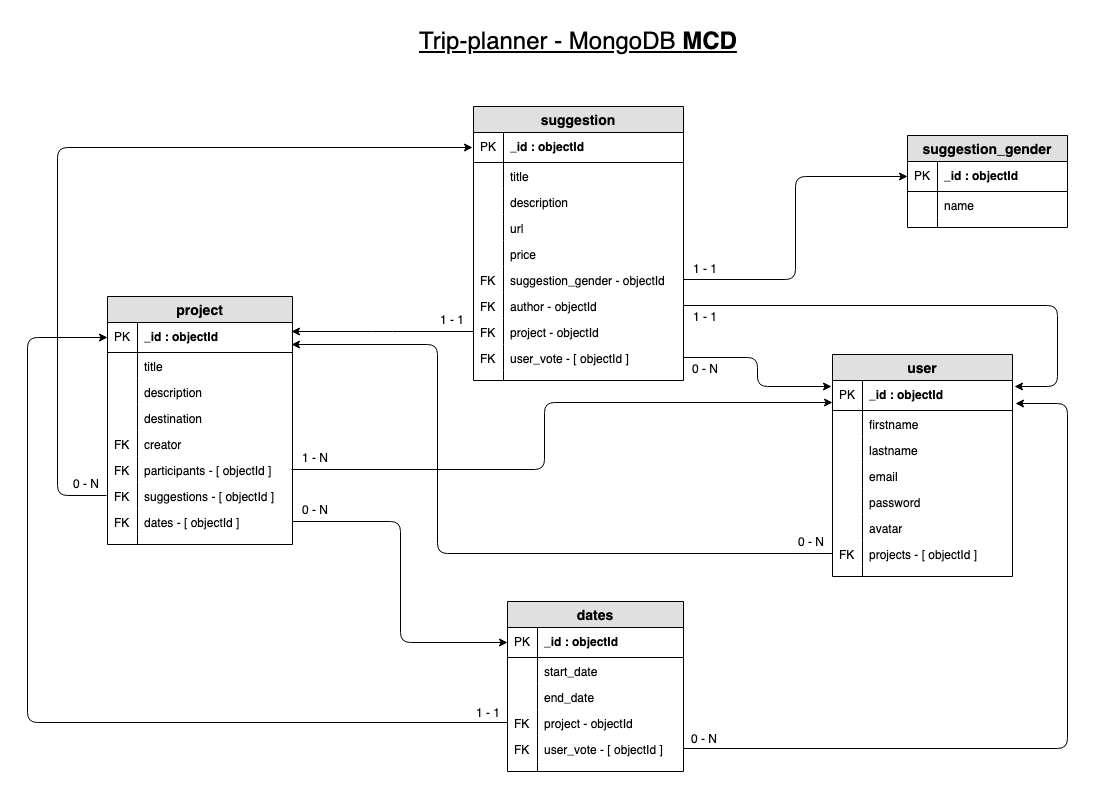
Earlier version of the draw.io export documents/trip-planner-mcd-mongodb.png (maclaude/trip-planner-backend). Source tidied: cells renumbered, new cells last; positions are measured from the earlier drawing's top-left corner, leaving out a move shared by most shapes.
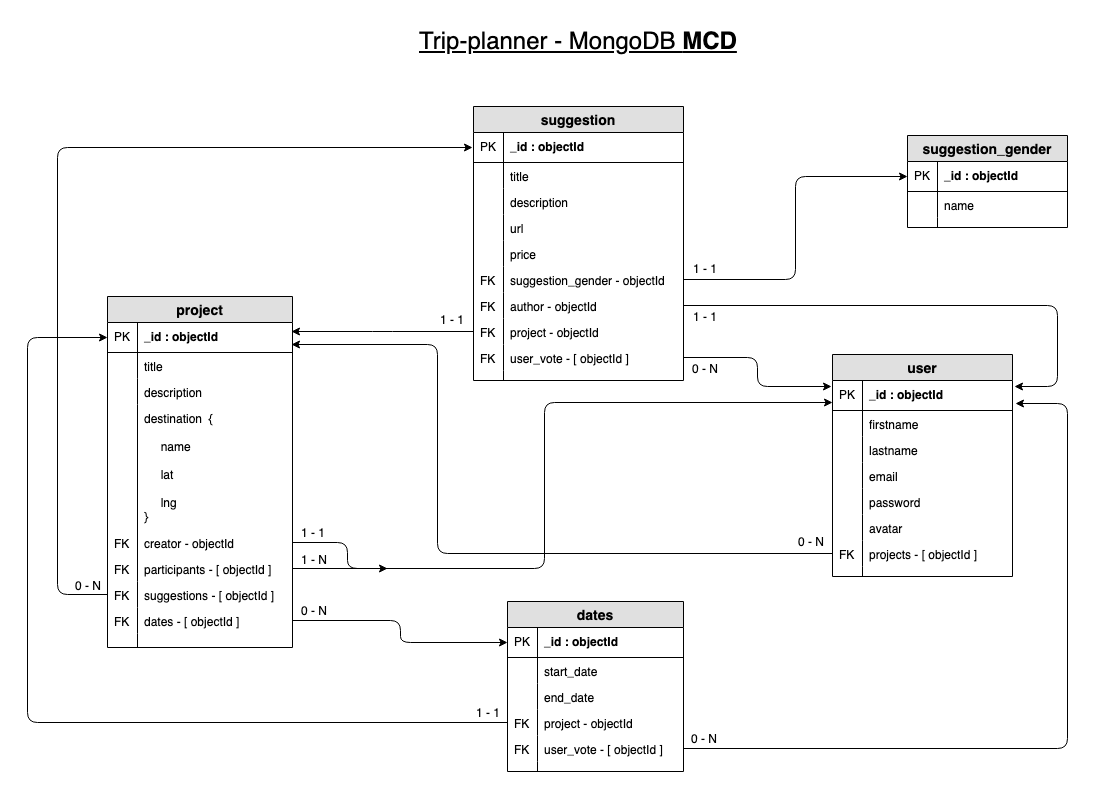
After the change.

The edit, as a diff of the source:
```diff
@@ -3,7 +3,7 @@
     <mxCell id="0" />
     <mxCell id="1" parent="0" />
     <mxCell id="2" value="project" style="swimlane;fontStyle=1;horizontal=1;startSize=26;fillColor=#e0e0e0;swimlaneFillColor=#ffffff;align=center;fontSize=14;" parent="1" vertex="1">
-      <mxGeometry x="80" y="276" width="185" height="248" as="geometry" />
+      <mxGeometry x="80" y="276" width="185" height="351" as="geometry" />
     </mxCell>
     <mxCell id="3" value="_id : objectId" style="shape=partialRectangle;top=0;left=0;right=0;bottom=1;align=left;verticalAlign=middle;fillColor=none;spacingLeft=34;spacingRight=4;overflow=hidden;points=[[0,0.5],[1,0.5]];portConstraint=eastwest;fontStyle=1;fontSize=12;fontColor=#000000;" parent="2" vertex="1">
       <mxGeometry y="26" width="185" height="30" as="geometry" />
@@ -23,41 +23,41 @@
     <mxCell id="8" style="shape=partialRectangle;top=0;left=0;bottom=0;fillColor=none;align=left;verticalAlign=top;spacingLeft=4;spacingRight=4;overflow=hidden;fontSize=12;" parent="7" vertex="1">
       <mxGeometry width="30" height="26" as="geometry" />
     </mxCell>
-    <mxCell id="9" value="destination" style="shape=partialRectangle;top=0;left=0;right=0;bottom=0;align=left;verticalAlign=top;fillColor=none;spacingLeft=34;spacingRight=4;overflow=hidden;fontSize=12;" parent="2" vertex="1">
-      <mxGeometry y="108" width="185" height="26" as="geometry" />
+    <mxCell id="9" value="destination&amp;nbsp; {&lt;br&gt;&lt;br&gt;&amp;nbsp; &amp;nbsp; &amp;nbsp;name&lt;br&gt;&lt;br&gt;&amp;nbsp; &amp;nbsp; &amp;nbsp;lat&lt;br&gt;&lt;br&gt;&amp;nbsp; &amp;nbsp; &amp;nbsp;lng&lt;br&gt;}" style="shape=partialRectangle;top=0;left=0;right=0;bottom=0;align=left;verticalAlign=top;fillColor=none;spacingLeft=34;spacingRight=4;overflow=hidden;fontSize=12;strokeWidth=2;html=1;" parent="2" vertex="1">
+      <mxGeometry y="108" width="185" height="125" as="geometry" />
     </mxCell>
     <mxCell id="10" style="shape=partialRectangle;top=0;left=0;bottom=0;fillColor=none;align=left;verticalAlign=top;spacingLeft=4;spacingRight=4;overflow=hidden;fontSize=12;" parent="9" vertex="1">
-      <mxGeometry width="30" height="26" as="geometry" />
+      <mxGeometry width="30" height="130" as="geometry" />
     </mxCell>
-    <mxCell id="11" value="creator" style="shape=partialRectangle;top=0;left=0;right=0;bottom=0;align=left;verticalAlign=top;fillColor=none;spacingLeft=34;spacingRight=4;overflow=hidden;points=[[0,0.5],[1,0.5]];portConstraint=eastwest;fontSize=12;" parent="2" vertex="1">
-      <mxGeometry y="134" width="185" height="26" as="geometry" />
+    <mxCell id="11" value="creator - objectId" style="shape=partialRectangle;top=0;left=0;right=0;bottom=0;align=left;verticalAlign=top;fillColor=none;spacingLeft=34;spacingRight=4;overflow=hidden;points=[[0,0.5],[1,0.5]];portConstraint=eastwest;fontSize=12;" parent="2" vertex="1">
+      <mxGeometry y="233" width="185" height="26" as="geometry" />
     </mxCell>
     <mxCell id="12" value="FK" style="shape=partialRectangle;top=0;left=0;bottom=0;fillColor=none;align=left;verticalAlign=top;spacingLeft=4;spacingRight=4;overflow=hidden;fontSize=12;" parent="11" vertex="1">
-      <mxGeometry width="30" height="26" as="geometry" />
+      <mxGeometry width="30" height="32" as="geometry" />
     </mxCell>
     <mxCell id="13" value="participants - [ objectId ]" style="shape=partialRectangle;top=0;left=0;right=0;bottom=0;align=left;verticalAlign=top;fillColor=none;spacingLeft=34;spacingRight=4;overflow=hidden;points=[[0,0.5],[1,0.5]];portConstraint=eastwest;fontSize=12;" parent="2" vertex="1">
-      <mxGeometry y="160" width="185" height="26" as="geometry" />
+      <mxGeometry y="259" width="185" height="26" as="geometry" />
     </mxCell>
     <mxCell id="14" value="FK" style="shape=partialRectangle;top=0;left=0;bottom=0;fillColor=none;align=left;verticalAlign=top;spacingLeft=4;spacingRight=4;overflow=hidden;fontSize=12;" parent="13" vertex="1">
       <mxGeometry width="30" height="26" as="geometry" />
     </mxCell>
     <mxCell id="15" value="suggestions - [ objectId ]" style="shape=partialRectangle;top=0;left=0;right=0;bottom=0;align=left;verticalAlign=top;fillColor=none;spacingLeft=34;spacingRight=4;overflow=hidden;points=[[0,0.5],[1,0.5]];portConstraint=eastwest;fontSize=12;" parent="2" vertex="1">
-      <mxGeometry y="186" width="185" height="26" as="geometry" />
+      <mxGeometry y="285" width="185" height="26" as="geometry" />
     </mxCell>
     <mxCell id="16" value="FK" style="shape=partialRectangle;top=0;left=0;bottom=0;fillColor=none;align=left;verticalAlign=top;spacingLeft=4;spacingRight=4;overflow=hidden;fontSize=12;" parent="15" vertex="1">
       <mxGeometry width="30" height="26" as="geometry" />
     </mxCell>
     <mxCell id="17" value="dates - [ objectId ]" style="shape=partialRectangle;top=0;left=0;right=0;bottom=0;align=left;verticalAlign=top;fillColor=none;spacingLeft=34;spacingRight=4;overflow=hidden;points=[[0,0.5],[1,0.5]];portConstraint=eastwest;fontSize=12;" parent="2" vertex="1">
-      <mxGeometry y="212" width="185" height="26" as="geometry" />
+      <mxGeometry y="311" width="185" height="26" as="geometry" />
     </mxCell>
     <mxCell id="18" value="FK" style="shape=partialRectangle;top=0;left=0;bottom=0;fillColor=none;align=left;verticalAlign=top;spacingLeft=4;spacingRight=4;overflow=hidden;fontSize=12;" parent="17" vertex="1">
       <mxGeometry width="30" height="26" as="geometry" />
     </mxCell>
     <mxCell id="19" style="shape=partialRectangle;top=0;left=0;right=0;bottom=0;align=left;verticalAlign=top;fillColor=none;spacingLeft=34;spacingRight=4;overflow=hidden;fontSize=12;" parent="2" vertex="1">
-      <mxGeometry y="238" width="185" height="10" as="geometry" />
+      <mxGeometry y="337" width="185" height="14" as="geometry" />
     </mxCell>
     <mxCell id="20" style="shape=partialRectangle;top=0;left=0;bottom=0;fillColor=none;align=left;verticalAlign=top;spacingLeft=4;spacingRight=4;overflow=hidden;fontSize=12;" parent="19" vertex="1">
-      <mxGeometry width="30" height="10" as="geometry" />
+      <mxGeometry width="30" height="14" as="geometry" />
     </mxCell>
     <mxCell id="21" value="user" style="swimlane;fontStyle=1;horizontal=1;startSize=26;fillColor=#e0e0e0;swimlaneFillColor=#ffffff;align=center;fontSize=14;" parent="1" vertex="1">
       <mxGeometry x="805" y="334" width="180" height="222" as="geometry" />
@@ -256,18 +256,16 @@
     <mxCell id="83" style="edgeStyle=elbowEdgeStyle;elbow=horizontal;endArrow=classic;html=1;fontColor=#FF0000;exitX=1;exitY=0.5;exitDx=0;exitDy=0;entryX=0;entryY=0.5;entryDx=0;entryDy=0;" parent="1" edge="1" source="17" target="67">
       <mxGeometry relative="1" as="geometry" />
     </mxCell>
-    <mxCell id="84" style="edgeStyle=elbowEdgeStyle;elbow=horizontal;endArrow=classic;html=1;fontColor=#FF0000;entryX=0;entryY=0.5;entryDx=0;entryDy=0;exitX=0;exitY=0.5;exitDx=0;exitDy=0;" parent="1" edge="1">
+    <mxCell id="84" style="edgeStyle=elbowEdgeStyle;elbow=horizontal;endArrow=classic;html=1;fontColor=#FF0000;entryX=0;entryY=0.5;entryDx=0;entryDy=0;exitX=0;exitY=0.5;exitDx=0;exitDy=0;" parent="1" edge="1" source="15">
       <mxGeometry relative="1" as="geometry">
-        <mxPoint x="79" y="475" as="sourcePoint" />
         <mxPoint x="445" y="127" as="targetPoint" />
         <Array as="points">
           <mxPoint x="30" y="296" />
         </Array>
       </mxGeometry>
     </mxCell>
-    <mxCell id="85" style="edgeStyle=elbowEdgeStyle;elbow=horizontal;endArrow=classic;html=1;fontColor=#FF0000;exitX=1;exitY=0.5;exitDx=0;exitDy=0;entryX=0.005;entryY=0.744;entryDx=0;entryDy=0;entryPerimeter=0;" parent="1" edge="1">
+    <mxCell id="85" style="edgeStyle=elbowEdgeStyle;elbow=horizontal;endArrow=classic;html=1;fontColor=#FF0000;exitX=1;exitY=0.5;exitDx=0;exitDy=0;entryX=0.005;entryY=0.744;entryDx=0;entryDy=0;entryPerimeter=0;" parent="1" edge="1" source="13">
       <mxGeometry relative="1" as="geometry">
-        <mxPoint x="264" y="449" as="sourcePoint" />
         <mxPoint x="805" y="382" as="targetPoint" />
         <Array as="points">
           <mxPoint x="517" y="366" />
@@ -293,13 +291,13 @@
       <mxGeometry x="657" y="338" width="40" height="20" as="geometry" />
     </mxCell>
     <mxCell id="90" value="1 - N" style="text;html=1;strokeColor=none;fillColor=none;align=center;verticalAlign=middle;whiteSpace=wrap;rounded=0;fontColor=#000000;" parent="1" vertex="1">
-      <mxGeometry x="267" y="427" width="40" height="20" as="geometry" />
+      <mxGeometry x="266" y="529" width="40" height="20" as="geometry" />
     </mxCell>
     <mxCell id="91" value="0 - N" style="text;html=1;strokeColor=none;fillColor=none;align=center;verticalAlign=middle;whiteSpace=wrap;rounded=0;fontColor=#000000;" parent="1" vertex="1">
-      <mxGeometry x="38" y="453" width="40" height="20" as="geometry" />
+      <mxGeometry x="40" y="555" width="40" height="20" as="geometry" />
     </mxCell>
     <mxCell id="92" value="0 - N" style="text;html=1;strokeColor=none;fillColor=none;align=center;verticalAlign=middle;whiteSpace=wrap;rounded=0;fontColor=#000000;" parent="1" vertex="1">
-      <mxGeometry x="267" y="479" width="40" height="20" as="geometry" />
+      <mxGeometry x="266" y="580" width="40" height="20" as="geometry" />
     </mxCell>
     <mxCell id="93" value="0 - N" style="text;html=1;strokeColor=none;fillColor=none;align=center;verticalAlign=middle;whiteSpace=wrap;rounded=0;fontColor=#000000;" parent="1" vertex="1">
       <mxGeometry x="763" y="511" width="40" height="20" as="geometry" />
@@ -330,5 +328,16 @@
     <mxCell id="99" value="&lt;u style=&quot;font-weight: normal&quot;&gt;Trip-planner - MongoDB &lt;/u&gt;&lt;u&gt;MCD&lt;/u&gt;" style="text;strokeColor=none;fillColor=none;html=1;fontSize=24;fontStyle=1;verticalAlign=middle;align=center;" parent="1" vertex="1">
       <mxGeometry x="356.5" width="389" height="40" as="geometry" />
     </mxCell>
+    <mxCell id="100" style="edgeStyle=elbowEdgeStyle;elbow=horizontal;endArrow=classic;html=1;exitX=1;exitY=0.5;exitDx=0;exitDy=0;" parent="1" edge="1" source="11">
+      <mxGeometry relative="1" as="geometry">
+        <mxPoint x="360" y="548" as="targetPoint" />
+        <Array as="points">
+          <mxPoint x="320" y="520" />
+        </Array>
+      </mxGeometry>
+    </mxCell>
+    <mxCell id="101" value="1 - 1" style="text;html=1;strokeColor=none;fillColor=none;align=center;verticalAlign=middle;whiteSpace=wrap;rounded=0;fontColor=#000000;" parent="1" vertex="1">
+      <mxGeometry x="265" y="502" width="40" height="20" as="geometry" />
+    </mxCell>
   </root>
 </mxGraphModel>
```
